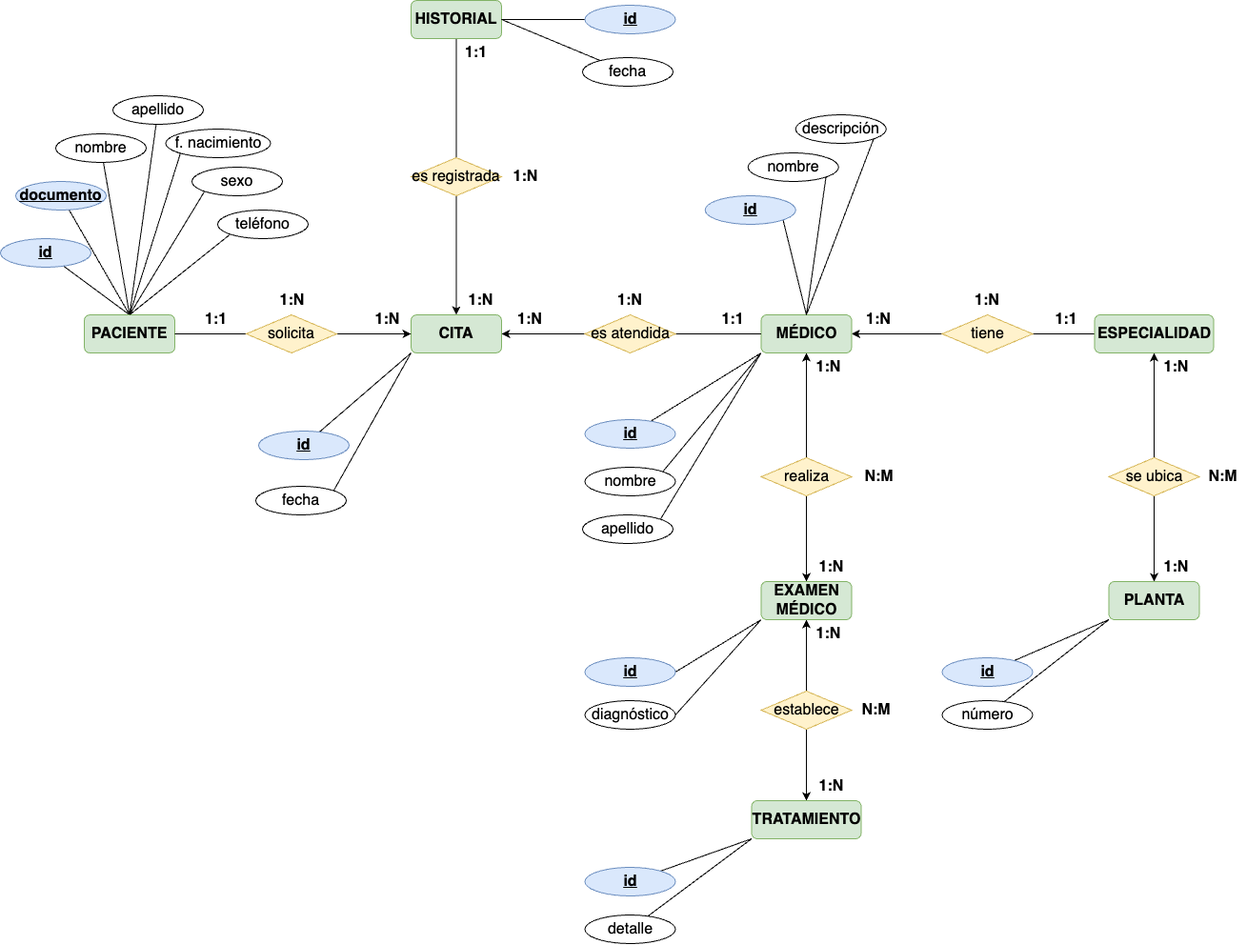
Above: img/entidad_relacion.drawio.png in dawproyectos/proyecto_bae (draw.io), before the change. Source tidied: cells renumbered, new cells last; positions are measured from the earlier drawing's top-left corner, leaving out a move shared by most shapes.
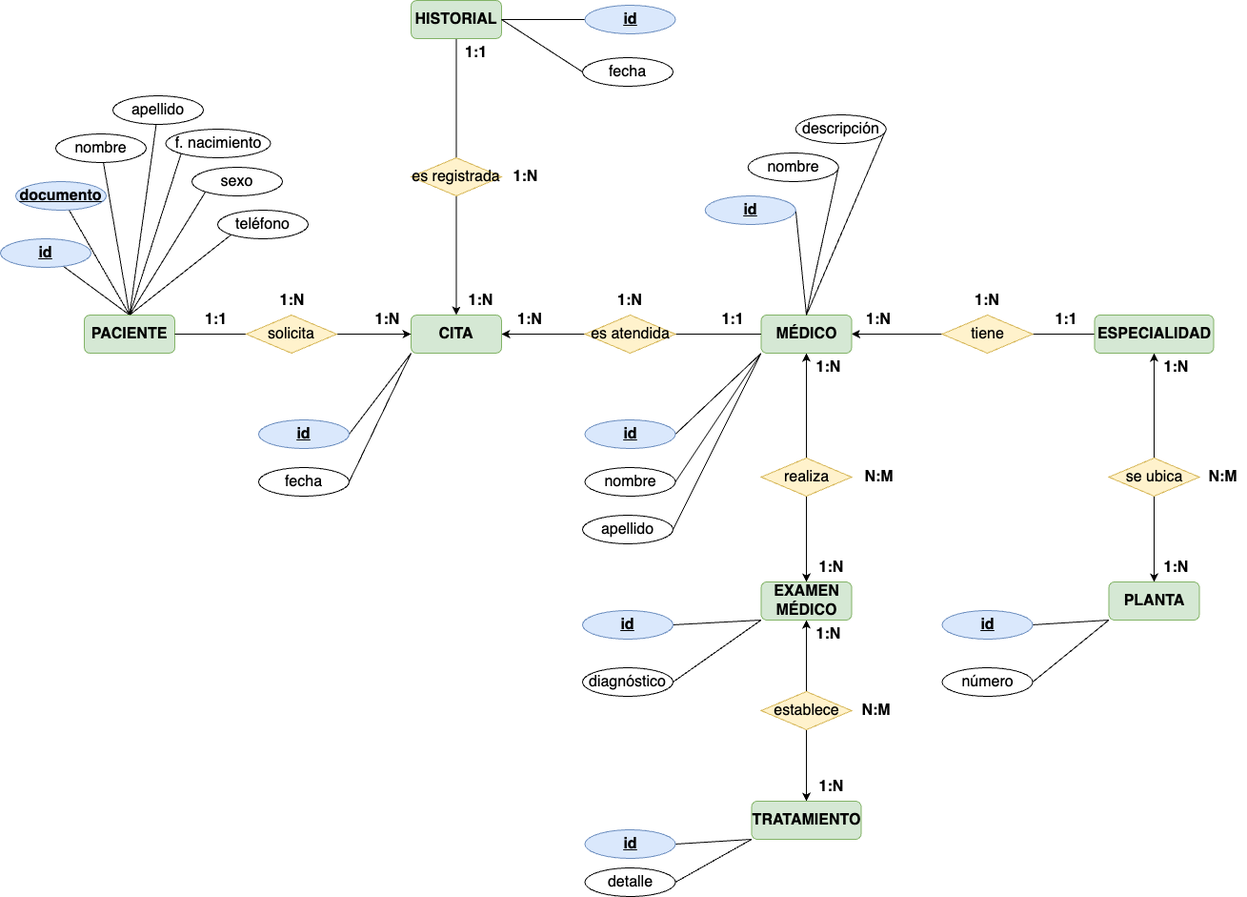
After the change.

The edit, as a diff of the source:
```diff
@@ -5,10 +5,10 @@
     <mxCell id="2" style="edgeStyle=orthogonalEdgeStyle;rounded=0;jettySize=auto;html=1;endArrow=none;endFill=0;align=center;fontSize=16;startArrow=classic;startFill=1;" parent="1" edge="1" source="5" target="10">
       <mxGeometry relative="1" as="geometry" />
     </mxCell>
-    <mxCell id="3" style="rounded=0;jettySize=auto;html=1;exitX=0;exitY=1;exitDx=0;exitDy=0;endArrow=none;endFill=0;fontSize=16;" parent="1" edge="1" source="5" target="30">
+    <mxCell id="3" style="rounded=0;jettySize=auto;html=1;exitX=0;exitY=1;exitDx=0;exitDy=0;endArrow=none;endFill=0;fontSize=16;entryX=1;entryY=0.5;entryDx=0;entryDy=0;" parent="1" edge="1" source="5" target="30">
       <mxGeometry relative="1" as="geometry" />
     </mxCell>
-    <mxCell id="4" style="rounded=0;jettySize=auto;html=1;exitX=0;exitY=1;exitDx=0;exitDy=0;entryX=1;entryY=0;entryDx=0;entryDy=0;endArrow=none;endFill=0;fontSize=16;" parent="1" edge="1" source="5" target="31">
+    <mxCell id="4" style="rounded=0;jettySize=auto;html=1;exitX=0;exitY=1;exitDx=0;exitDy=0;entryX=1;entryY=0.5;entryDx=0;entryDy=0;endArrow=none;endFill=0;fontSize=16;" parent="1" edge="1" source="5" target="31">
       <mxGeometry relative="1" as="geometry" />
     </mxCell>
     <mxCell id="5" value="CITA" style="rounded=1;whiteSpace=wrap;html=1;fillColor=#d5e8d4;strokeColor=#82b366;fontStyle=1;align=center;fontSize=16;" parent="1" vertex="1">
@@ -87,24 +87,24 @@
       <mxGeometry x="738.5" y="320" width="60" height="30" as="geometry" />
     </mxCell>
     <mxCell id="30" value="id" style="ellipse;whiteSpace=wrap;html=1;fillColor=#dae8fc;strokeColor=#6c8ebf;fontStyle=5;fontSize=16;" parent="1" vertex="1">
-      <mxGeometry x="271" y="452" width="95" height="30" as="geometry" />
+      <mxGeometry x="271" y="440" width="95" height="30" as="geometry" />
     </mxCell>
     <mxCell id="31" value="fecha " style="ellipse;whiteSpace=wrap;html=1;fontSize=16;" parent="1" vertex="1">
-      <mxGeometry x="268" y="510" width="95" height="30" as="geometry" />
+      <mxGeometry x="271" y="490" width="95" height="30" as="geometry" />
     </mxCell>
-    <mxCell id="32" style="rounded=0;jettySize=auto;html=1;exitX=1;exitY=1;exitDx=0;exitDy=0;endArrow=none;endFill=0;entryX=0.5;entryY=0;entryDx=0;entryDy=0;" parent="1" edge="1" source="33" target="8">
+    <mxCell id="32" style="rounded=0;jettySize=auto;html=1;exitX=1;exitY=0.5;exitDx=0;exitDy=0;endArrow=none;endFill=0;entryX=0.5;entryY=0;entryDx=0;entryDy=0;" parent="1" edge="1" source="33" target="8">
       <mxGeometry relative="1" as="geometry" />
     </mxCell>
     <mxCell id="33" value="nombre" style="ellipse;whiteSpace=wrap;html=1;fontSize=16;" parent="1" vertex="1">
       <mxGeometry x="784.8" y="160" width="95" height="30" as="geometry" />
     </mxCell>
-    <mxCell id="34" style="rounded=0;jettySize=auto;html=1;exitX=1;exitY=1;exitDx=0;exitDy=0;entryX=0.5;entryY=0;entryDx=0;entryDy=0;endArrow=none;endFill=0;" parent="1" edge="1" source="35" target="8">
+    <mxCell id="34" style="rounded=0;jettySize=auto;html=1;exitX=1;exitY=0.5;exitDx=0;exitDy=0;entryX=0.5;entryY=0;entryDx=0;entryDy=0;endArrow=none;endFill=0;" parent="1" edge="1" source="35" target="8">
       <mxGeometry relative="1" as="geometry" />
     </mxCell>
     <mxCell id="35" value="&lt;b style=&quot;font-size: 16px;&quot;&gt;&lt;u style=&quot;font-size: 16px;&quot;&gt;id&lt;/u&gt;&lt;/b&gt;" style="ellipse;whiteSpace=wrap;html=1;fillColor=#dae8fc;strokeColor=#6c8ebf;fontSize=16;" parent="1" vertex="1">
       <mxGeometry x="739.8" y="205" width="95" height="30" as="geometry" />
     </mxCell>
-    <mxCell id="36" style="rounded=0;jettySize=auto;html=1;entryX=1;entryY=0.5;entryDx=0;entryDy=0;endArrow=none;endFill=0;fontSize=16;" parent="1" edge="1" source="37" target="25">
+    <mxCell id="36" style="rounded=0;jettySize=auto;html=1;entryX=1;entryY=0.5;entryDx=0;entryDy=0;endArrow=none;endFill=0;fontSize=16;exitX=0;exitY=0.5;exitDx=0;exitDy=0;" parent="1" edge="1" source="37" target="25">
       <mxGeometry relative="1" as="geometry" />
     </mxCell>
     <mxCell id="37" value="fecha" style="ellipse;whiteSpace=wrap;html=1;fontSize=16;" parent="1" vertex="1">
@@ -155,7 +155,7 @@
     <mxCell id="52" value="teléfono" style="ellipse;whiteSpace=wrap;html=1;fontSize=16;" parent="1" vertex="1">
       <mxGeometry x="228" y="220" width="95" height="30" as="geometry" />
     </mxCell>
-    <mxCell id="53" style="rounded=0;jettySize=auto;html=1;exitX=1;exitY=1;exitDx=0;exitDy=0;endArrow=none;endFill=0;entryX=0.5;entryY=0;entryDx=0;entryDy=0;" parent="1" edge="1" source="54" target="8">
+    <mxCell id="53" style="rounded=0;jettySize=auto;html=1;exitX=1;exitY=0.5;exitDx=0;exitDy=0;endArrow=none;endFill=0;entryX=0.5;entryY=0;entryDx=0;entryDy=0;" parent="1" edge="1" source="54" target="8">
       <mxGeometry relative="1" as="geometry" />
     </mxCell>
     <mxCell id="54" value="descripción" style="ellipse;whiteSpace=wrap;html=1;fontSize=16;" parent="1" vertex="1">
@@ -173,10 +173,10 @@
     <mxCell id="58" value="se ubica" style="shape=rhombus;perimeter=rhombusPerimeter;whiteSpace=wrap;html=1;align=center;fillColor=#fff2cc;strokeColor=#d6b656;fontSize=16;" parent="1" vertex="1">
       <mxGeometry x="1163.5" y="480" width="95" height="40" as="geometry" />
     </mxCell>
-    <mxCell id="59" style="rounded=0;jettySize=auto;html=1;exitX=0;exitY=1;exitDx=0;exitDy=0;endArrow=none;endFill=0;fontSize=16;" parent="1" edge="1" source="61" target="65">
+    <mxCell id="59" style="rounded=0;jettySize=auto;html=1;exitX=0;exitY=1;exitDx=0;exitDy=0;endArrow=none;endFill=0;fontSize=16;entryX=1;entryY=0.5;entryDx=0;entryDy=0;" parent="1" edge="1" source="61" target="65">
       <mxGeometry relative="1" as="geometry" />
     </mxCell>
-    <mxCell id="60" style="rounded=0;jettySize=auto;html=1;exitX=0;exitY=1;exitDx=0;exitDy=0;endArrow=none;endFill=0;fontSize=16;" parent="1" edge="1" source="61" target="64">
+    <mxCell id="60" style="rounded=0;jettySize=auto;html=1;exitX=0;exitY=1;exitDx=0;exitDy=0;endArrow=none;endFill=0;fontSize=16;entryX=1;entryY=0.5;entryDx=0;entryDy=0;" parent="1" edge="1" source="61" target="64">
       <mxGeometry relative="1" as="geometry" />
     </mxCell>
     <mxCell id="61" value="PLANTA" style="rounded=1;whiteSpace=wrap;html=1;fillColor=#d5e8d4;strokeColor=#82b366;fontStyle=1;align=center;fontSize=16;" parent="1" vertex="1">
@@ -189,10 +189,10 @@
       <mxGeometry x="1258" y="485" width="50" height="30" as="geometry" />
     </mxCell>
     <mxCell id="64" value="id" style="ellipse;whiteSpace=wrap;html=1;fontStyle=5;fillColor=#dae8fc;strokeColor=#6c8ebf;fontSize=16;" parent="1" vertex="1">
-      <mxGeometry x="988.5" y="690" width="95" height="30" as="geometry" />
+      <mxGeometry x="988.5" y="640" width="95" height="30" as="geometry" />
     </mxCell>
     <mxCell id="65" value="número" style="ellipse;whiteSpace=wrap;html=1;fontSize=16;" parent="1" vertex="1">
-      <mxGeometry x="988.5" y="735" width="95" height="30" as="geometry" />
+      <mxGeometry x="988.5" y="700" width="95" height="30" as="geometry" />
     </mxCell>
     <mxCell id="66" style="edgeStyle=orthogonalEdgeStyle;rounded=0;jettySize=auto;html=1;exitX=0.5;exitY=1;exitDx=0;exitDy=0;endArrow=classic;endFill=1;fontSize=16;" parent="1" edge="1" source="67" target="71">
       <mxGeometry relative="1" as="geometry" />
@@ -218,29 +218,29 @@
     <mxCell id="73" value="&lt;b style=&quot;font-size: 16px;&quot;&gt;N:M&lt;/b&gt;" style="text;html=1;align=center;verticalAlign=middle;strokeColor=none;fillColor=none;fontSize=16;" parent="1" vertex="1">
       <mxGeometry x="897" y="485" width="50" height="30" as="geometry" />
     </mxCell>
-    <mxCell id="74" style="rounded=0;jettySize=auto;html=1;entryX=0;entryY=1;entryDx=0;entryDy=0;endArrow=none;endFill=0;" parent="1" edge="1" source="75" target="8">
+    <mxCell id="74" style="rounded=0;jettySize=auto;html=1;entryX=0;entryY=1;entryDx=0;entryDy=0;endArrow=none;endFill=0;exitX=1;exitY=0.5;exitDx=0;exitDy=0;" parent="1" edge="1" source="75" target="8">
       <mxGeometry relative="1" as="geometry" />
     </mxCell>
     <mxCell id="75" value="id" style="ellipse;whiteSpace=wrap;html=1;fillColor=#dae8fc;strokeColor=#6c8ebf;fontStyle=5;fontSize=16;" parent="1" vertex="1">
       <mxGeometry x="613.5" y="440" width="95" height="30" as="geometry" />
     </mxCell>
-    <mxCell id="76" style="rounded=0;jettySize=auto;html=1;entryX=0;entryY=1;entryDx=0;entryDy=0;endArrow=none;endFill=0;exitX=1;exitY=0;exitDx=0;exitDy=0;" parent="1" edge="1" source="77" target="8">
+    <mxCell id="76" style="rounded=0;jettySize=auto;html=1;entryX=0;entryY=1;entryDx=0;entryDy=0;endArrow=none;endFill=0;exitX=1;exitY=0.5;exitDx=0;exitDy=0;" parent="1" edge="1" source="77" target="8">
       <mxGeometry relative="1" as="geometry" />
     </mxCell>
     <mxCell id="77" value="apellido" style="ellipse;whiteSpace=wrap;html=1;fontSize=16;" parent="1" vertex="1">
       <mxGeometry x="611" y="540" width="95" height="30" as="geometry" />
     </mxCell>
-    <mxCell id="78" style="rounded=0;jettySize=auto;html=1;entryX=0;entryY=1;entryDx=0;entryDy=0;endArrow=none;endFill=0;exitX=1;exitY=0;exitDx=0;exitDy=0;" parent="1" edge="1" source="79" target="8">
+    <mxCell id="78" style="rounded=0;jettySize=auto;html=1;entryX=0;entryY=1;entryDx=0;entryDy=0;endArrow=none;endFill=0;exitX=1;exitY=0.5;exitDx=0;exitDy=0;" parent="1" edge="1" source="79" target="8">
       <mxGeometry relative="1" as="geometry" />
     </mxCell>
     <mxCell id="79" value="nombre" style="ellipse;whiteSpace=wrap;html=1;fontSize=16;" parent="1" vertex="1">
       <mxGeometry x="613.5" y="490" width="95" height="30" as="geometry" />
     </mxCell>
     <mxCell id="80" value="id" style="ellipse;whiteSpace=wrap;html=1;fillColor=#dae8fc;strokeColor=#6c8ebf;fontStyle=5;fontSize=16;" parent="1" vertex="1">
-      <mxGeometry x="613.5" y="690" width="95" height="30" as="geometry" />
+      <mxGeometry x="611" y="640" width="95" height="30" as="geometry" />
     </mxCell>
     <mxCell id="81" value="diagnóstico" style="ellipse;whiteSpace=wrap;html=1;fontSize=16;" parent="1" vertex="1">
-      <mxGeometry x="613.5" y="735" width="95" height="30" as="geometry" />
+      <mxGeometry x="611" y="700" width="95" height="30" as="geometry" />
     </mxCell>
     <mxCell id="82" style="edgeStyle=orthogonalEdgeStyle;rounded=0;jettySize=auto;html=1;exitX=0.5;exitY=1;exitDx=0;exitDy=0;endArrow=classic;endFill=1;fontSize=16;" parent="1" edge="1" source="83" target="86">
       <mxGeometry relative="1" as="geometry" />
@@ -248,20 +248,20 @@
     <mxCell id="83" value="establece" style="shape=rhombus;perimeter=rhombusPerimeter;whiteSpace=wrap;html=1;align=center;fillColor=#fff2cc;strokeColor=#d6b656;fontSize=16;" parent="1" vertex="1">
       <mxGeometry x="798.5" y="725" width="95" height="40" as="geometry" />
     </mxCell>
-    <mxCell id="84" style="rounded=0;jettySize=auto;html=1;exitX=0;exitY=1;exitDx=0;exitDy=0;endArrow=none;endFill=0;fontSize=16;" parent="1" edge="1" source="86" target="87">
+    <mxCell id="84" style="rounded=0;jettySize=auto;html=1;exitX=0;exitY=1;exitDx=0;exitDy=0;endArrow=none;endFill=0;fontSize=16;entryX=1;entryY=0.5;entryDx=0;entryDy=0;" parent="1" edge="1" source="86" target="87">
       <mxGeometry relative="1" as="geometry" />
     </mxCell>
-    <mxCell id="85" style="rounded=0;jettySize=auto;html=1;exitX=0;exitY=1;exitDx=0;exitDy=0;endArrow=none;endFill=0;fontSize=16;" parent="1" edge="1" source="86" target="88">
+    <mxCell id="85" style="rounded=0;jettySize=auto;html=1;exitX=0;exitY=1;exitDx=0;exitDy=0;endArrow=none;endFill=0;fontSize=16;entryX=1;entryY=0.5;entryDx=0;entryDy=0;" parent="1" edge="1" source="86" target="88">
       <mxGeometry relative="1" as="geometry" />
     </mxCell>
     <mxCell id="86" value="TRATAMIENTO" style="rounded=1;whiteSpace=wrap;html=1;fillColor=#d5e8d4;strokeColor=#82b366;fontStyle=1;align=center;fontSize=16;" parent="1" vertex="1">
       <mxGeometry x="788.5" y="840" width="115" height="40" as="geometry" />
     </mxCell>
     <mxCell id="87" value="id" style="ellipse;whiteSpace=wrap;html=1;fillColor=#dae8fc;strokeColor=#6c8ebf;fontStyle=5;fontSize=16;" parent="1" vertex="1">
-      <mxGeometry x="613.5" y="910" width="95" height="30" as="geometry" />
+      <mxGeometry x="613.5" y="870" width="95" height="30" as="geometry" />
     </mxCell>
     <mxCell id="88" value="detalle" style="ellipse;whiteSpace=wrap;html=1;fontSize=16;" parent="1" vertex="1">
-      <mxGeometry x="613.5" y="960" width="95" height="30" as="geometry" />
+      <mxGeometry x="613.5" y="910" width="95" height="30" as="geometry" />
     </mxCell>
     <mxCell id="89" value="&lt;b style=&quot;font-size: 16px;&quot;&gt;1:N&lt;/b&gt;" style="text;html=1;align=center;verticalAlign=middle;strokeColor=none;fillColor=none;fontSize=16;" parent="1" vertex="1">
       <mxGeometry x="843.5" y="650" width="50" height="30" as="geometry" />
```
